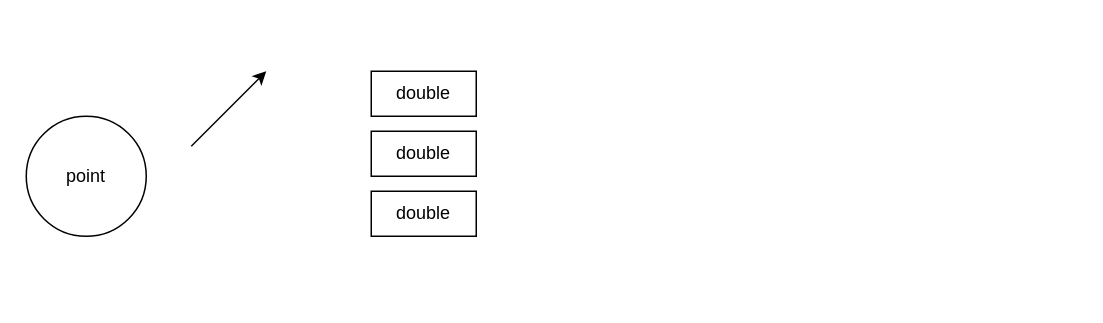
This is Diagrams/Drawio_Diagram.drawio from BHoM/RDF_Prototypes, a draw.io file, before an edit. Source tidied: cells renumbered, new cells numbered last; positions are measured from the earlier drawing's top-left corner, leaving out a move shared by most shapes. Both pictures are drawn from the tidied source at 150%, with x=0, y=0 at pixel (26, 70).
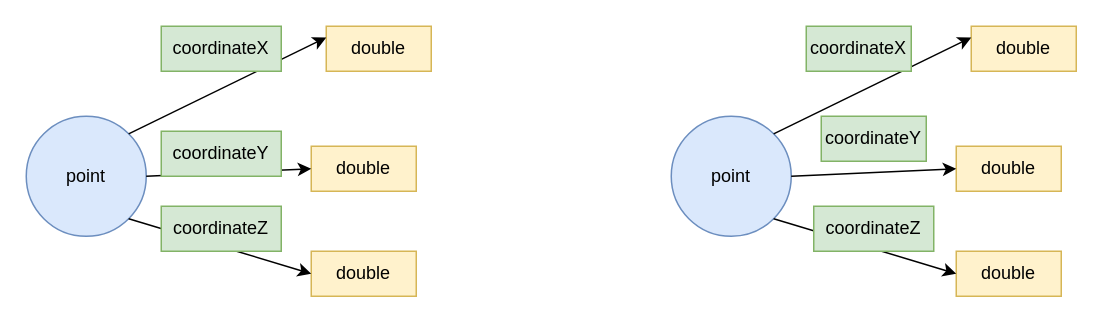
Above is the later version.

What changed in the source:
```diff
@@
-    <mxCell id="2" value="point" style="ellipse;whiteSpace=wrap;html=1;direction=south;" parent="1" vertex="1">
+    <mxCell id="2" value="point" style="ellipse;whiteSpace=wrap;html=1;direction=south;fillColor=#dae8fc;strokeColor=#6c8ebf;" parent="1" vertex="1">
       <mxGeometry y="30" width="80" height="80" as="geometry" />
     </mxCell>
-    <mxCell id="3" value="double" style="rounded=0;whiteSpace=wrap;html=1;" parent="1" vertex="1">
-      <mxGeometry x="230" width="70" height="30" as="geometry" />
+    <mxCell id="3" value="double" style="rounded=0;whiteSpace=wrap;html=1;fillColor=#fff2cc;strokeColor=#d6b656;" parent="1" vertex="1">
+      <mxGeometry x="200" y="-30" width="70" height="30" as="geometry" />
     </mxCell>
-    <mxCell id="4" value="double" style="rounded=0;whiteSpace=wrap;html=1;" parent="1" vertex="1">
-      <mxGeometry x="230" y="40" width="70" height="30" as="geometry" />
+    <mxCell id="4" value="double" style="rounded=0;whiteSpace=wrap;html=1;fillColor=#fff2cc;strokeColor=#d6b656;" parent="1" vertex="1">
+      <mxGeometry x="190" y="50" width="70" height="30" as="geometry" />
     </mxCell>
-    <mxCell id="5" value="double" style="rounded=0;whiteSpace=wrap;html=1;" parent="1" vertex="1">
-      <mxGeometry x="230" y="80" width="70" height="30" as="geometry" />
+    <mxCell id="5" value="double" style="rounded=0;whiteSpace=wrap;html=1;fillColor=#fff2cc;strokeColor=#d6b656;" parent="1" vertex="1">
+      <mxGeometry x="190" y="120" width="70" height="30" as="geometry" />
     </mxCell>
-    <mxCell id="6" style="endArrow=classic;html=1;rounded=0;" parent="1" edge="1">
-      <mxGeometry relative="1" as="geometry">
-        <mxPoint x="110" y="50" as="sourcePoint" />
-        <mxPoint x="160" as="targetPoint" />
-      </mxGeometry>
+    <mxCell id="6" style="endArrow=classic;html=1;rounded=0;exitX=0;exitY=0;exitDx=0;exitDy=0;entryX=0;entryY=0.25;entryDx=0;entryDy=0;" parent="1" edge="1" source="2" target="3">
+      <mxGeometry relative="1" as="geometry" />
     </mxCell>
+    <mxCell id="7" style="endArrow=classic;html=1;rounded=0;exitX=0.5;exitY=0;exitDx=0;exitDy=0;entryX=0;entryY=0.5;entryDx=0;entryDy=0;" parent="1" edge="1" source="2" target="4">
+      <mxGeometry relative="1" as="geometry" />
+    </mxCell>
+    <mxCell id="8" style="endArrow=classic;html=1;rounded=0;exitX=1;exitY=0;exitDx=0;exitDy=0;entryX=0;entryY=0.5;entryDx=0;entryDy=0;" parent="1" edge="1" source="2" target="5">
+      <mxGeometry relative="1" as="geometry" />
+    </mxCell>
+    <mxCell id="9" value="coordinateX" style="text;html=1;strokeColor=#82b366;fillColor=#d5e8d4;align=center;verticalAlign=middle;whiteSpace=wrap;rounded=0;" parent="1" vertex="1">
+      <mxGeometry x="90" y="-30" width="80" height="30" as="geometry" />
+    </mxCell>
+    <mxCell id="10" value="coordinateY" style="text;html=1;strokeColor=#82b366;fillColor=#d5e8d4;align=center;verticalAlign=middle;whiteSpace=wrap;rounded=0;" parent="1" vertex="1">
+      <mxGeometry x="90" y="40" width="80" height="30" as="geometry" />
+    </mxCell>
+    <mxCell id="11" value="coordinateZ" style="text;html=1;strokeColor=#82b366;fillColor=#d5e8d4;align=center;verticalAlign=middle;whiteSpace=wrap;rounded=0;" parent="1" vertex="1">
+      <mxGeometry x="90" y="90" width="80" height="30" as="geometry" />
+    </mxCell>
+    <mxCell id="12" value="point" style="ellipse;whiteSpace=wrap;html=1;direction=south;fillColor=#dae8fc;strokeColor=#6c8ebf;" parent="1" vertex="1">
+      <mxGeometry x="430" y="30" width="80" height="80" as="geometry" />
+    </mxCell>
+    <mxCell id="13" value="double" style="rounded=0;whiteSpace=wrap;html=1;fillColor=#fff2cc;strokeColor=#d6b656;" parent="1" vertex="1">
+      <mxGeometry x="630" y="-30" width="70" height="30" as="geometry" />
+    </mxCell>
+    <mxCell id="14" value="double" style="rounded=0;whiteSpace=wrap;html=1;fillColor=#fff2cc;strokeColor=#d6b656;" parent="1" vertex="1">
+      <mxGeometry x="620" y="50" width="70" height="30" as="geometry" />
+    </mxCell>
+    <mxCell id="15" value="double" style="rounded=0;whiteSpace=wrap;html=1;fillColor=#fff2cc;strokeColor=#d6b656;" parent="1" vertex="1">
+      <mxGeometry x="620" y="120" width="70" height="30" as="geometry" />
+    </mxCell>
+    <mxCell id="16" style="endArrow=classic;html=1;rounded=0;exitX=0;exitY=0;exitDx=0;exitDy=0;entryX=0;entryY=0.25;entryDx=0;entryDy=0;" parent="1" edge="1" source="12" target="13">
+      <mxGeometry relative="1" as="geometry" />
+    </mxCell>
+    <mxCell id="17" style="endArrow=classic;html=1;rounded=0;exitX=0.5;exitY=0;exitDx=0;exitDy=0;entryX=0;entryY=0.5;entryDx=0;entryDy=0;" parent="1" edge="1" source="12" target="14">
+      <mxGeometry relative="1" as="geometry" />
+    </mxCell>
+    <mxCell id="18" style="endArrow=classic;html=1;rounded=0;exitX=1;exitY=0;exitDx=0;exitDy=0;entryX=0;entryY=0.5;entryDx=0;entryDy=0;" parent="1" edge="1" source="12" target="15">
+      <mxGeometry relative="1" as="geometry" />
+    </mxCell>
+    <mxCell id="19" value="coordinateX" style="text;html=1;strokeColor=#82b366;fillColor=#d5e8d4;align=center;verticalAlign=middle;whiteSpace=wrap;rounded=0;" parent="1" vertex="1">
+      <mxGeometry x="520" y="-30" width="70" height="30" as="geometry" />
+    </mxCell>
+    <mxCell id="20" value="coordinateY" style="text;html=1;strokeColor=#82b366;fillColor=#d5e8d4;align=center;verticalAlign=middle;whiteSpace=wrap;rounded=0;" parent="1" vertex="1">
+      <mxGeometry x="530" y="30" width="70" height="30" as="geometry" />
+    </mxCell>
+    <mxCell id="21" value="coordinateZ" style="text;html=1;strokeColor=#82b366;fillColor=#d5e8d4;align=center;verticalAlign=middle;whiteSpace=wrap;rounded=0;" parent="1" vertex="1">
+      <mxGeometry x="525" y="90" width="80" height="30" as="geometry" />
+    </mxCell>
```
